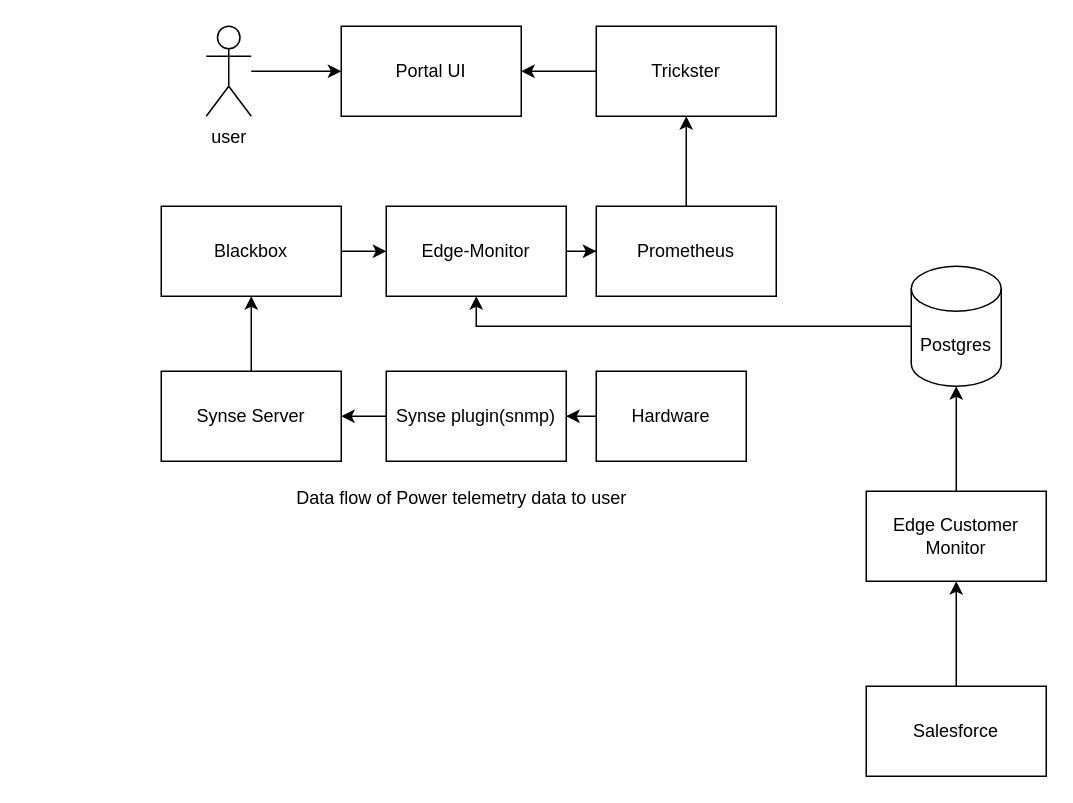
Before: page "Page-4" (4 of 4) of power-rep.drawio in dsm100/test, a draw.io diagram. Source tidied: cells renumbered, new cells numbered last; positions are measured from the earlier drawing's top-left corner, leaving out a move shared by most shapes. Both pictures are drawn from the tidied source at 150%, with x=0, y=0 at pixel (160, 26).
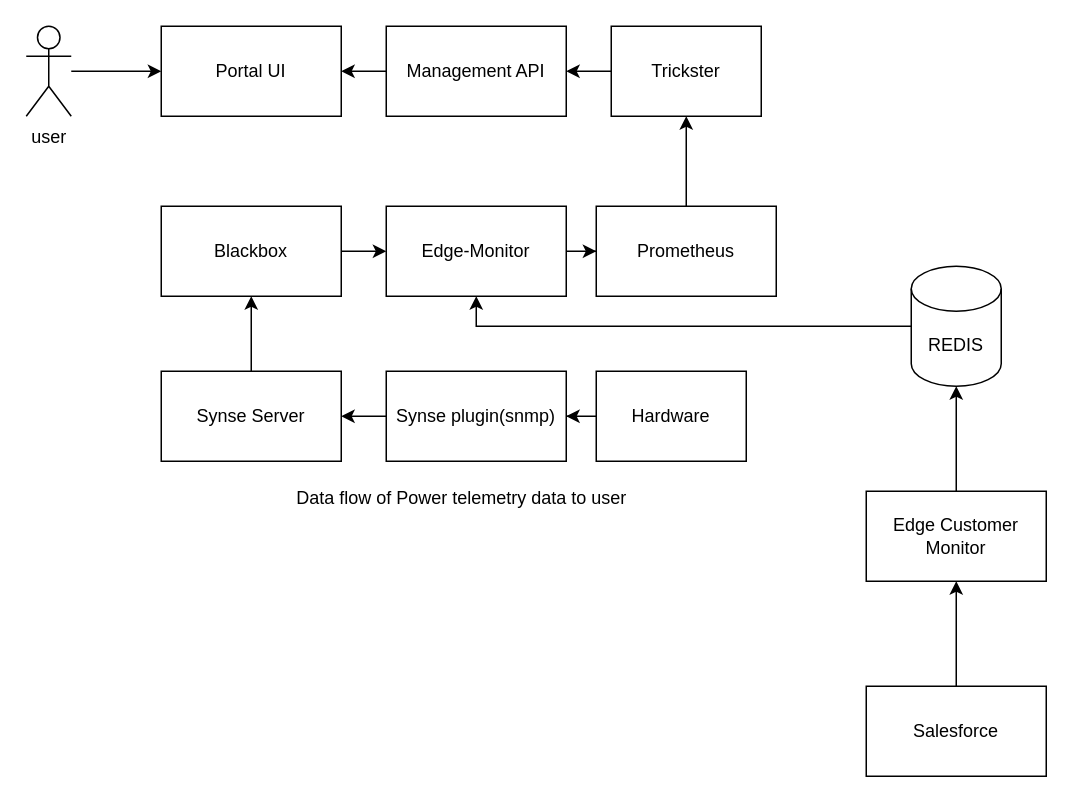
After the change.

Diff of the diagram source:
```diff
@@
-    <mxCell id="5" value="Postgres" style="shape=cylinder3;whiteSpace=wrap;html=1;boundedLbl=1;backgroundOutline=1;size=15;" parent="1" vertex="1">
+    <mxCell id="5" value="REDIS" style="shape=cylinder3;whiteSpace=wrap;html=1;boundedLbl=1;backgroundOutline=1;size=15;" parent="1" vertex="1">
       <mxGeometry x="500" y="160" width="60" height="80" as="geometry" />
     </mxCell>
-    <mxCell id="6" style="edgeStyle=orthogonalEdgeStyle;rounded=0;jettySize=auto;html=1;" parent="1" edge="1" source="7" target="22">
-      <mxGeometry relative="1" as="geometry" />
-    </mxCell>
+    <mxCell id="26" style="edgeStyle=orthogonalEdgeStyle;rounded=0;jettySize=auto;html=1;" parent="1" edge="1" source="7" target="28">
+      <mxGeometry relative="1" as="geometry" />
+    </mxCell>
     <mxCell id="7" value="Trickster" style="rounded=0;whiteSpace=wrap;html=1;" parent="1" vertex="1">
-      <mxGeometry x="290" width="120" height="60" as="geometry" />
+      <mxGeometry x="300" width="100" height="60" as="geometry" />
     </mxCell>
@@
     <mxCell id="17" value="user" style="shape=umlActor;verticalLabelPosition=bottom;verticalAlign=top;html=1;outlineConnect=0;" parent="1" vertex="1">
-      <mxGeometry x="30" width="30" height="60" as="geometry" />
+      <mxGeometry x="-90" width="30" height="60" as="geometry" />
     </mxCell>
@@
     <mxCell id="22" value="Portal UI" style="rounded=0;whiteSpace=wrap;html=1;" parent="1" vertex="1">
-      <mxGeometry x="120" width="120" height="60" as="geometry" />
+      <mxGeometry width="120" height="60" as="geometry" />
     </mxCell>
@@
+    <mxCell id="27" style="edgeStyle=orthogonalEdgeStyle;rounded=0;jettySize=auto;html=1;" parent="1" edge="1" source="28" target="22">
+      <mxGeometry relative="1" as="geometry" />
+    </mxCell>
+    <mxCell id="28" value="Management API" style="rounded=0;whiteSpace=wrap;html=1;" parent="1" vertex="1">
+      <mxGeometry x="150" width="120" height="60" as="geometry" />
+    </mxCell>
```
